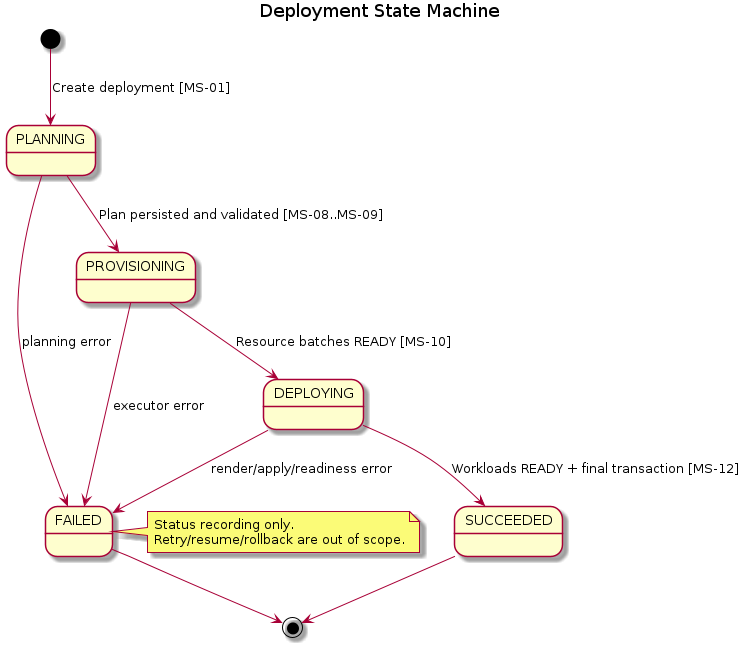
Earlier version of the PlantUML export orchestrator_docs/architecture/state-machines/deployment.png (pr3s3nt/poc). Its source is kept beside it as orchestrator_docs/architecture/state-machines/deployment.puml.
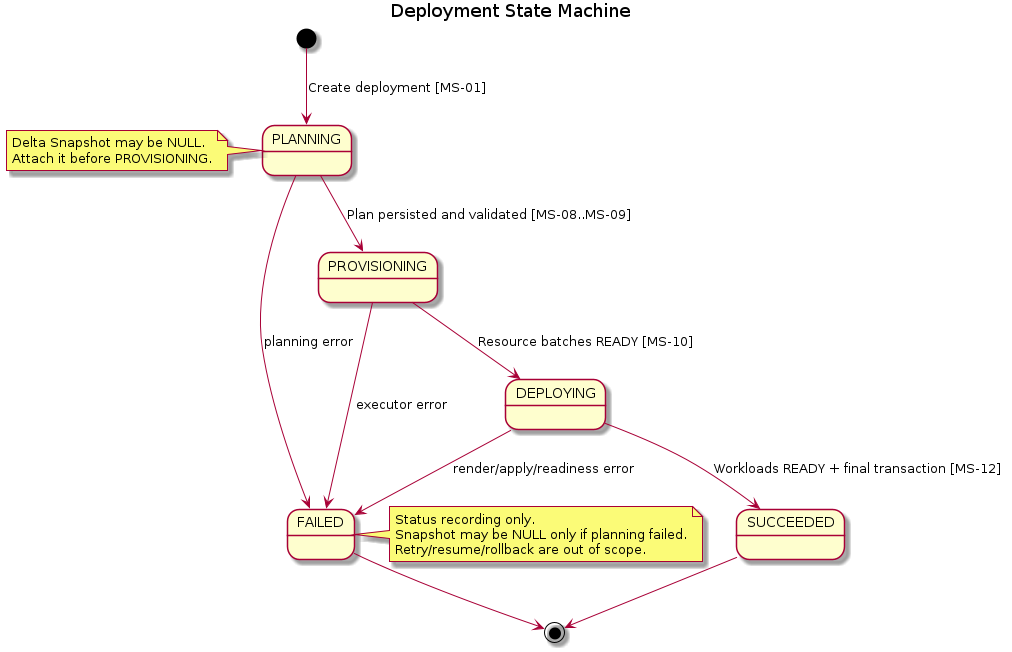
The same file after the commit.

The edit, as a diff of the source:
```diff
@@ -9,8 +9,13 @@
 DEPLOYING --> FAILED : render/apply/readiness error
 SUCCEEDED --> [*]
 FAILED --> [*]
+note left of PLANNING
+  Delta Snapshot may be NULL.
+  Attach it before PROVISIONING.
+end note
 note right of FAILED
   Status recording only.
+  Snapshot may be NULL only if planning failed.
   Retry/resume/rollback are out of scope.
 end note
 @enduml
```
